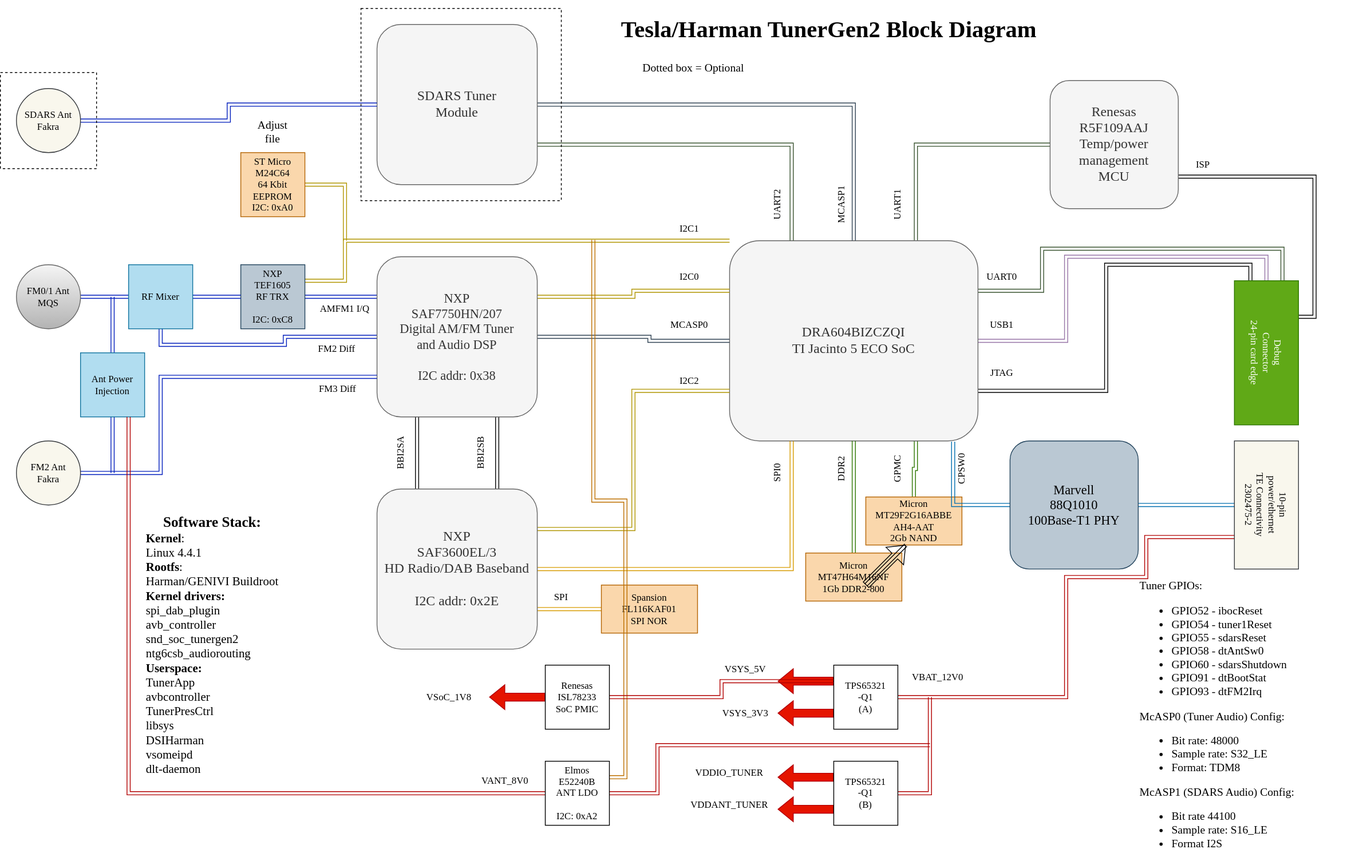
Earlier version of the draw.io export tesla-tunergen2-z50x.drawio.svg (doitaljosh/tesla-tunergen2-reverse-engineering). Source tidied: cells renumbered, new cells last; positions are measured from the earlier drawing's top-left corner, leaving out a move shared by most shapes.
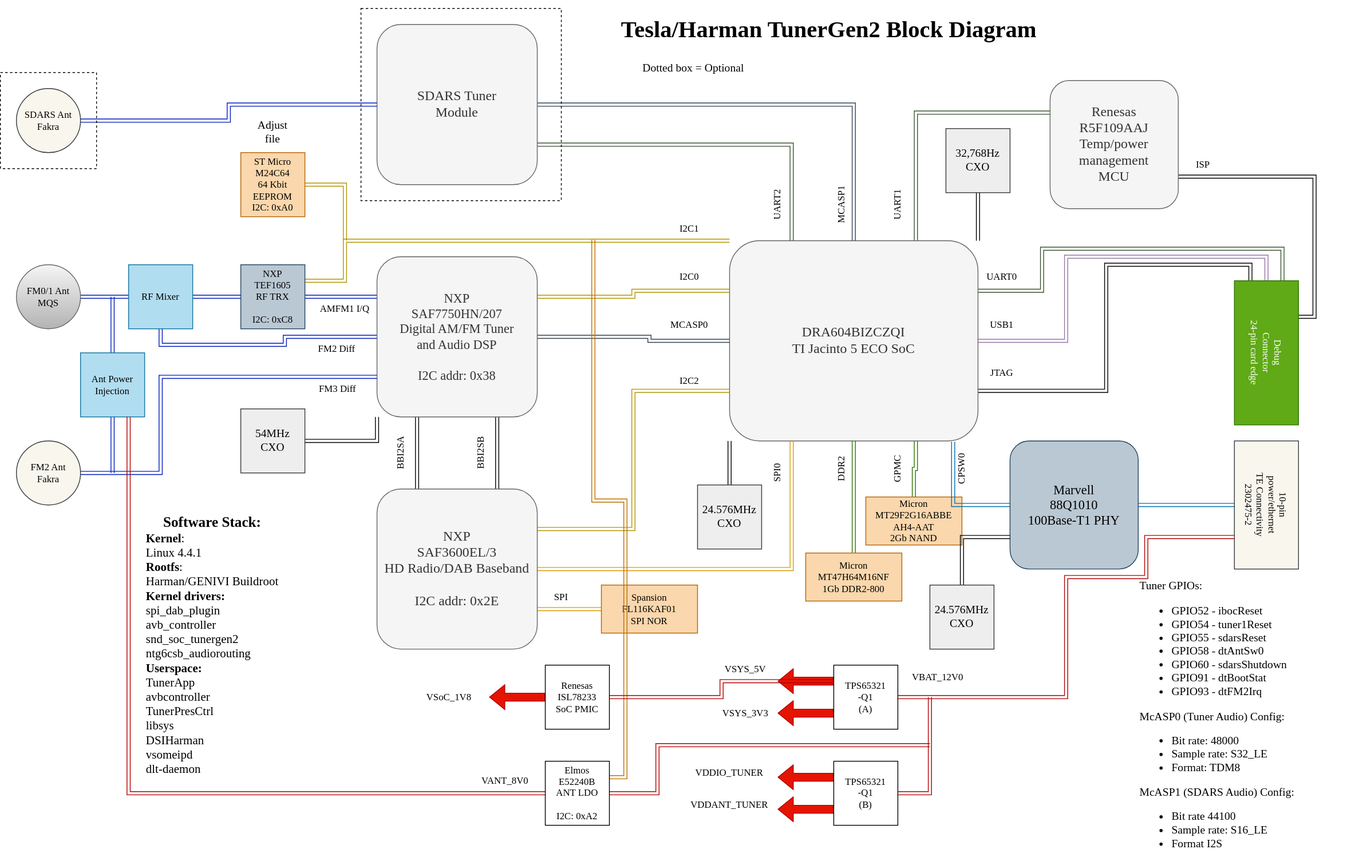
Above is the later version.

Commit message:
Add CXOs and remove stray arrow

What changed in the source:
```diff
@@ -5,7 +5,7 @@
     <mxCell id="2" style="edgeStyle=orthogonalEdgeStyle;shape=link;rounded=0;jettySize=auto;html=1;exitX=0.75;exitY=1;exitDx=0;exitDy=0;entryX=0.5;entryY=0;entryDx=0;entryDy=0;fillColor=#60a917;strokeColor=#2D7600;fontFamily=gotham;fontSource=https%3A%2F%2Ffonts.googleapis.com%2Fcss%3Ffamily%3Dgotham;" parent="1" edge="1" source="7" target="10">
       <mxGeometry relative="1" as="geometry" />
     </mxCell>
-    <mxCell id="3" style="edgeStyle=orthogonalEdgeStyle;shape=link;rounded=0;jettySize=auto;html=1;exitX=0.75;exitY=0;exitDx=0;exitDy=0;entryX=0;entryY=0.5;entryDx=0;entryDy=0;fillColor=#6d8764;strokeColor=#3A5431;fontFamily=gotham;fontSource=https%3A%2F%2Ffonts.googleapis.com%2Fcss%3Ffamily%3Dgotham;" parent="1" edge="1" source="7" target="26">
+    <mxCell id="3" style="edgeStyle=orthogonalEdgeStyle;shape=link;rounded=0;jettySize=auto;html=1;exitX=0.75;exitY=0;exitDx=0;exitDy=0;entryX=0;entryY=0.25;entryDx=0;entryDy=0;fillColor=#6d8764;strokeColor=#3A5431;fontFamily=gotham;fontSource=https%3A%2F%2Ffonts.googleapis.com%2Fcss%3Ffamily%3Dgotham;" parent="1" edge="1" source="7" target="26">
       <mxGeometry relative="1" as="geometry" />
     </mxCell>
     <mxCell id="4" style="edgeStyle=orthogonalEdgeStyle;shape=link;rounded=0;jettySize=auto;html=1;exitX=1;exitY=0.25;exitDx=0;exitDy=0;entryX=0;entryY=0.25;entryDx=0;entryDy=0;fillColor=#6d8764;strokeColor=#3A5431;fontFamily=gotham;fontSource=https%3A%2F%2Ffonts.googleapis.com%2Fcss%3Ffamily%3Dgotham;" parent="1" edge="1" source="7" target="58">
@@ -289,18 +289,6 @@
     <mxCell id="80" value="&lt;div&gt;TPS65321&lt;/div&gt;&lt;div&gt;-Q1&lt;/div&gt;&lt;div&gt;(B)&lt;br&gt;&lt;/div&gt;" style="whiteSpace=wrap;html=1;fontFamily=gotham;fontSource=https%3A%2F%2Ffonts.googleapis.com%2Fcss%3Ffamily%3Dgotham;" parent="1" vertex="1">
       <mxGeometry x="1040" y="940" width="80" height="80" as="geometry" />
     </mxCell>
-    <mxCell id="81" style="shape=flexArrow;endArrow=classic;html=1;rounded=0;fontFamily=gotham;fontSource=https%3A%2F%2Ffonts.googleapis.com%2Fcss%3Ffamily%3Dgotham;" parent="1" edge="1">
-      <mxGeometry relative="1" as="geometry">
-        <mxPoint x="1080" y="720" as="sourcePoint" />
-        <mxPoint x="1130" y="670" as="targetPoint" />
-      </mxGeometry>
-    </mxCell>
-    <mxCell id="82" style="endArrow=classic;html=1;rounded=0;shape=link;fontFamily=gotham;fontSource=https%3A%2F%2Ffonts.googleapis.com%2Fcss%3Ffamily%3Dgotham;" parent="1" edge="1">
-      <mxGeometry relative="1" as="geometry">
-        <mxPoint x="1080" y="720" as="sourcePoint" />
-        <mxPoint x="1130" y="670" as="targetPoint" />
-      </mxGeometry>
-    </mxCell>
     <mxCell id="83" value="VSYS_3V3" style="text;html=1;strokeColor=none;fillColor=none;align=center;verticalAlign=middle;whiteSpace=wrap;rounded=0;fontFamily=gotham;fontSource=https%3A%2F%2Ffonts.googleapis.com%2Fcss%3Ffamily%3Dgotham;" parent="1" vertex="1">
       <mxGeometry x="900" y="865" width="60" height="30" as="geometry" />
     </mxCell>
@@ -364,5 +352,29 @@
     <mxCell id="99" value="&lt;div style=&quot;font-size: 18px;&quot; align=&quot;center&quot;&gt;&lt;b&gt;Software Stack:&lt;/b&gt;&lt;/div&gt;&lt;div style=&quot;font-size: 15px;&quot; align=&quot;left&quot;&gt;&lt;div style=&quot;&quot;&gt;&lt;font style=&quot;font-size: 15px;&quot;&gt;&lt;b&gt;Kernel&lt;/b&gt;: &lt;br&gt;&lt;/font&gt;&lt;/div&gt;&lt;div style=&quot;&quot;&gt;&lt;font style=&quot;font-size: 15px;&quot;&gt;Linux 4.4.1&lt;/font&gt;&lt;/div&gt;&lt;div style=&quot;&quot;&gt;&lt;font style=&quot;font-size: 15px;&quot;&gt;&lt;b&gt;Rootfs&lt;/b&gt;: &lt;br&gt;&lt;/font&gt;&lt;/div&gt;&lt;div style=&quot;&quot;&gt;&lt;font style=&quot;font-size: 15px;&quot;&gt;Harman/GENIVI Buildroot&lt;/font&gt;&lt;/div&gt;&lt;div style=&quot;&quot;&gt;&lt;font style=&quot;font-size: 15px;&quot;&gt;&lt;b&gt;Kernel drivers: &lt;/b&gt;&lt;br&gt;&lt;/font&gt;&lt;/div&gt;&lt;div style=&quot;&quot;&gt;&lt;font style=&quot;font-size: 15px;&quot;&gt;spi_dab_plugin&lt;br&gt;&lt;/font&gt;&lt;/div&gt;&lt;div style=&quot;&quot;&gt;&lt;font style=&quot;font-size: 15px;&quot;&gt;avb_controller&lt;/font&gt;&lt;/div&gt;&lt;div style=&quot;&quot;&gt;&lt;font style=&quot;font-size: 15px;&quot;&gt;snd_soc_tunergen2&lt;/font&gt;&lt;/div&gt;&lt;div style=&quot;&quot;&gt;&lt;font style=&quot;font-size: 15px;&quot;&gt;ntg6csb_audiorouting&lt;br&gt;&lt;/font&gt;&lt;/div&gt;&lt;div style=&quot;&quot;&gt;&lt;font style=&quot;font-size: 15px;&quot;&gt;&lt;b&gt;Userspace:&lt;/b&gt;&lt;br&gt;&lt;/font&gt;&lt;/div&gt;&lt;div style=&quot;&quot;&gt;&lt;font style=&quot;font-size: 15px;&quot;&gt;TunerApp&lt;br&gt;&lt;/font&gt;&lt;/div&gt;&lt;div style=&quot;&quot;&gt;&lt;font style=&quot;font-size: 15px;&quot;&gt;avbcontroller&lt;br&gt;&lt;/font&gt;&lt;/div&gt;&lt;div style=&quot;&quot;&gt;&lt;font style=&quot;font-size: 15px;&quot;&gt;TunerPresCtrl&lt;br&gt;&lt;/font&gt;&lt;/div&gt;&lt;div style=&quot;&quot;&gt;&lt;font style=&quot;font-size: 15px;&quot;&gt;libsys&lt;br&gt;&lt;/font&gt;&lt;/div&gt;&lt;div style=&quot;&quot;&gt;&lt;font style=&quot;font-size: 15px;&quot;&gt;DSIHarman&lt;/font&gt;&lt;/div&gt;&lt;div style=&quot;&quot;&gt;&lt;font style=&quot;font-size: 15px;&quot;&gt;vsomeipd&lt;br&gt;&lt;/font&gt;&lt;/div&gt;&lt;font style=&quot;font-size: 15px;&quot;&gt;dlt-daemon&lt;/font&gt;&lt;/div&gt;" style="text;html=1;strokeColor=none;fillColor=none;align=left;verticalAlign=middle;whiteSpace=wrap;rounded=0;dashed=1;fontFamily=gotham;fontSource=https%3A%2F%2Ffonts.googleapis.com%2Fcss%3Ffamily%3Dgotham;fontSize=14;" parent="1" vertex="1">
       <mxGeometry x="180" y="630" width="260" height="330" as="geometry" />
     </mxCell>
+    <mxCell id="100" style="edgeStyle=orthogonalEdgeStyle;rounded=0;jettySize=auto;html=1;exitX=0.5;exitY=0;exitDx=0;exitDy=0;fontFamily=gotham;fontSource=https%3A%2F%2Ffonts.googleapis.com%2Fcss%3Ffamily%3Dgotham;fontSize=15;shape=link;entryX=0;entryY=1;entryDx=0;entryDy=0;" parent="1" edge="1" source="101" target="7">
+      <mxGeometry relative="1" as="geometry" />
+    </mxCell>
+    <mxCell id="101" value="&lt;div style=&quot;font-size: 14px;&quot;&gt;&lt;font style=&quot;font-size: 14px;&quot;&gt;24.576MHz&lt;/font&gt;&lt;/div&gt;&lt;div style=&quot;font-size: 14px;&quot;&gt;&lt;font style=&quot;font-size: 14px;&quot;&gt;CXO&lt;br&gt;&lt;/font&gt;&lt;/div&gt;" style="whiteSpace=wrap;html=1;fontFamily=gotham;fontSource=https%3A%2F%2Ffonts.googleapis.com%2Fcss%3Ffamily%3Dgotham;fontSize=15;fillColor=#eeeeee;strokeColor=#36393d;" parent="1" vertex="1">
+      <mxGeometry x="870" y="595" width="80" height="80" as="geometry" />
+    </mxCell>
+    <mxCell id="102" style="edgeStyle=orthogonalEdgeStyle;shape=link;rounded=0;jettySize=auto;html=1;exitX=0.5;exitY=1;exitDx=0;exitDy=0;entryX=1;entryY=0;entryDx=0;entryDy=0;fontFamily=gotham;fontSource=https%3A%2F%2Ffonts.googleapis.com%2Fcss%3Ffamily%3Dgotham;fontSize=14;" parent="1" edge="1" source="103" target="7">
+      <mxGeometry relative="1" as="geometry" />
+    </mxCell>
+    <mxCell id="103" value="&lt;div style=&quot;font-size: 14px;&quot;&gt;32,768Hz&lt;/div&gt;&lt;div style=&quot;font-size: 14px;&quot;&gt;CXO&lt;font style=&quot;font-size: 14px;&quot;&gt;&lt;br&gt;&lt;/font&gt;&lt;/div&gt;" style="whiteSpace=wrap;html=1;fontFamily=gotham;fontSource=https%3A%2F%2Ffonts.googleapis.com%2Fcss%3Ffamily%3Dgotham;fontSize=15;fillColor=#eeeeee;strokeColor=#36393d;" parent="1" vertex="1">
+      <mxGeometry x="1180" y="150" width="80" height="80" as="geometry" />
+    </mxCell>
+    <mxCell id="104" style="edgeStyle=orthogonalEdgeStyle;shape=link;rounded=0;jettySize=auto;html=1;exitX=1;exitY=0.5;exitDx=0;exitDy=0;entryX=0;entryY=1;entryDx=0;entryDy=0;fontFamily=gotham;fontSource=https%3A%2F%2Ffonts.googleapis.com%2Fcss%3Ffamily%3Dgotham;fontSize=14;" parent="1" edge="1" source="105" target="17">
+      <mxGeometry relative="1" as="geometry" />
+    </mxCell>
+    <mxCell id="105" value="&lt;div style=&quot;font-size: 14px;&quot;&gt;54MHz&lt;br&gt;&lt;/div&gt;&lt;div style=&quot;font-size: 14px;&quot;&gt;&lt;font style=&quot;font-size: 14px;&quot;&gt;CXO&lt;br&gt;&lt;/font&gt;&lt;/div&gt;" style="whiteSpace=wrap;html=1;fontFamily=gotham;fontSource=https%3A%2F%2Ffonts.googleapis.com%2Fcss%3Ffamily%3Dgotham;fontSize=15;fillColor=#eeeeee;strokeColor=#36393d;" parent="1" vertex="1">
+      <mxGeometry x="300" y="500" width="80" height="80" as="geometry" />
+    </mxCell>
+    <mxCell id="106" style="edgeStyle=orthogonalEdgeStyle;shape=link;rounded=0;jettySize=auto;html=1;exitX=0.5;exitY=0;exitDx=0;exitDy=0;entryX=0;entryY=0.75;entryDx=0;entryDy=0;fontFamily=gotham;fontSource=https%3A%2F%2Ffonts.googleapis.com%2Fcss%3Ffamily%3Dgotham;fontSize=14;" parent="1" edge="1" source="107" target="65">
+      <mxGeometry relative="1" as="geometry" />
+    </mxCell>
+    <mxCell id="107" value="&lt;div style=&quot;font-size: 14px;&quot;&gt;&lt;font style=&quot;font-size: 14px;&quot;&gt;24.576MHz&lt;/font&gt;&lt;/div&gt;&lt;div style=&quot;font-size: 14px;&quot;&gt;&lt;font style=&quot;font-size: 14px;&quot;&gt;CXO&lt;br&gt;&lt;/font&gt;&lt;/div&gt;" style="whiteSpace=wrap;html=1;fontFamily=gotham;fontSource=https%3A%2F%2Ffonts.googleapis.com%2Fcss%3Ffamily%3Dgotham;fontSize=15;fillColor=#eeeeee;strokeColor=#36393d;" parent="1" vertex="1">
+      <mxGeometry x="1160" y="720" width="80" height="80" as="geometry" />
+    </mxCell>
   </root>
 </mxGraphModel>
```
